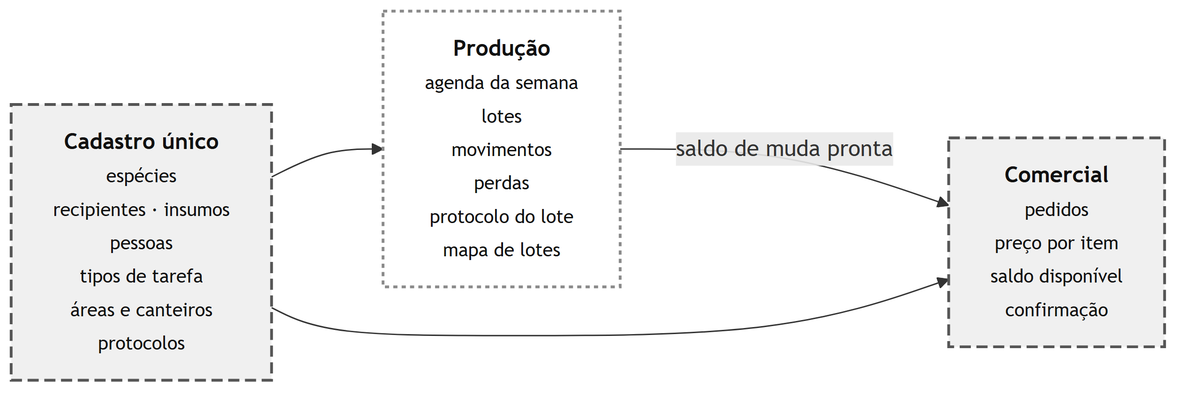
Before: docs/rotinas/img/mapa-4-areas.png, a diagram exported from Mermaid (JoaoMudar/tcc). Its source is kept beside it as docs/rotinas/img/mapa-4-areas.mmd.
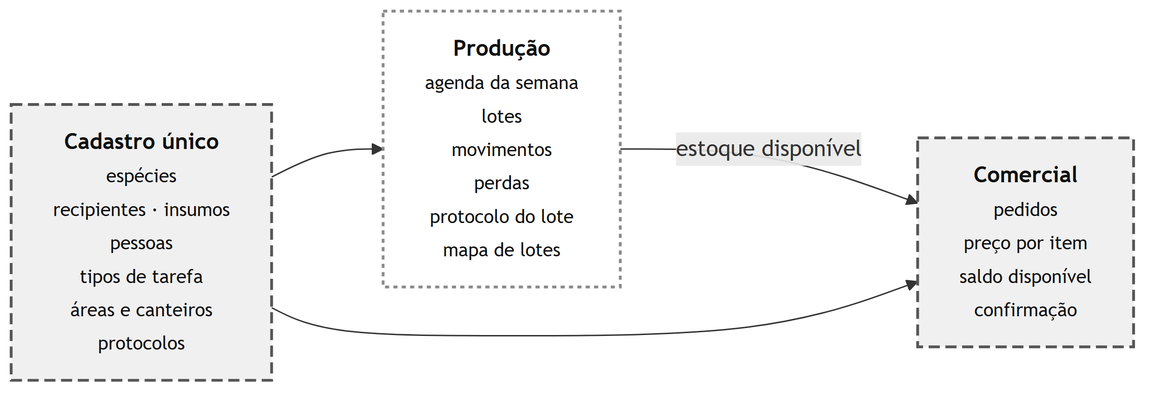
After the change.

What changed in the source:
```diff
@@ -5,7 +5,7 @@
   P["<b>Comercial</b><br/><small>pedidos<br/>preço por item<br/>saldo disponível<br/>confirmação</small>"]
 
   C --> R
-  R -->|"saldo de muda pronta"| P
+  R -->|"estoque disponível"| P
   C --> P
 
   classDef ok fill:#dcfce7,stroke:#16a34a,stroke-width:2px,color:#111
```
